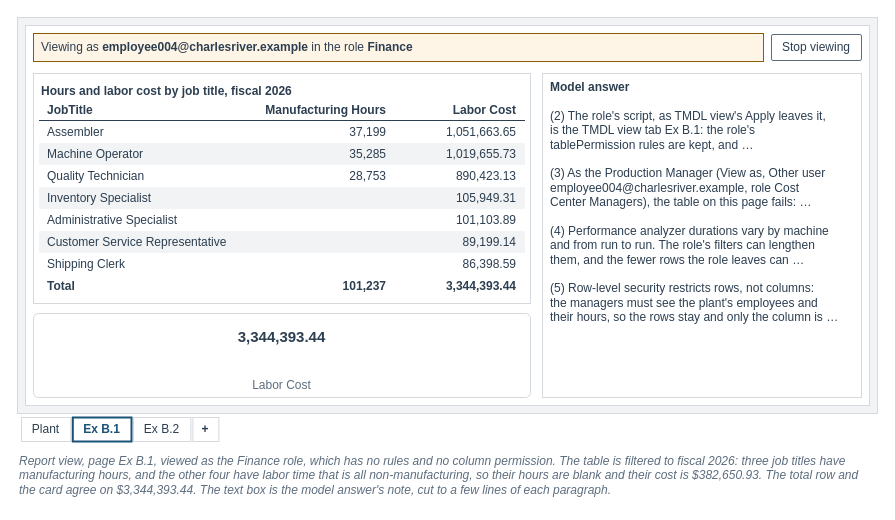
Before: facts/instructor/figures/appendix-b-publishing-security/IF-AB-1-A.drawio in mmcodesso/Accounting_Analytics_Book, a draw.io diagram. Source tidied: cells renumbered, new cells numbered last; positions are measured from the earlier drawing's top-left corner, leaving out a move shared by most shapes. Both pictures are drawn from the tidied source at 100%, with x=0, y=0 at pixel (17, 17).
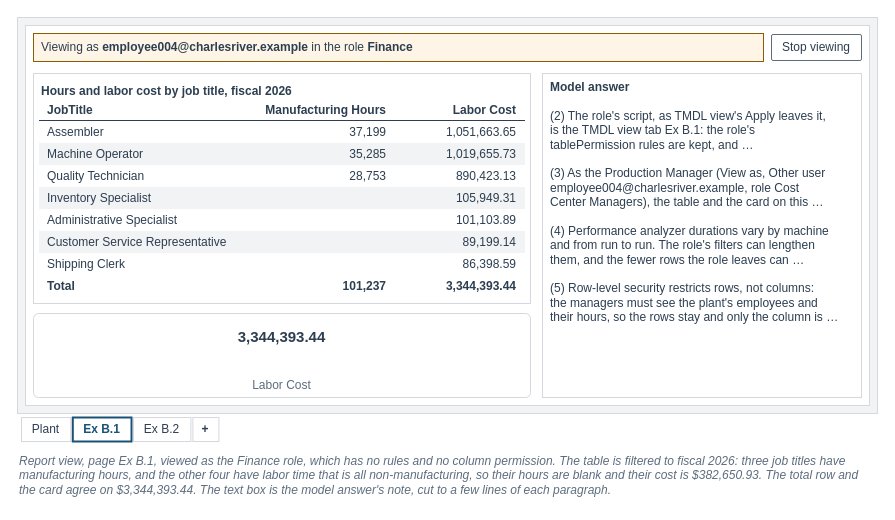
Above is the later version.

The edit, as a diff of the source:
```diff
@@
-    <mxCell id="41" value="&lt;b&gt;Model answer&lt;/b&gt;&lt;br&gt;&lt;br&gt;(2) The role's script, as TMDL view's Apply leaves it,&lt;br&gt;is the TMDL view tab Ex B.1: the role's&lt;br&gt;tablePermission rules are kept, and …&lt;br&gt;&lt;br&gt;(3) As the Production Manager (View as, Other user&lt;br&gt;employee004@charlesriver.example, role Cost&lt;br&gt;Center Managers), the table on this page fails: …&lt;br&gt;&lt;br&gt;(4) Performance analyzer durations vary by machine&lt;br&gt;and from run to run. The role's filters can lengthen&lt;br&gt;them, and the fewer rows the role leaves can …&lt;br&gt;&lt;br&gt;(5) Row-level security restricts rows, not columns:&lt;br&gt;the managers must see the plant's employees and&lt;br&gt;their hours, so the rows stay and only the column is …" style="rounded=0;arcSize=6;whiteSpace=wrap;html=1;fillColor=#FFFFFF;strokeColor=#D5D8DC;strokeWidth=1;fontColor=#2C3E50;fontSize=12;fontStyle=0;align=left;verticalAlign=top;fontFamily=Helvetica;spacingLeft=6;spacingRight=6;" parent="1" vertex="1">
+    <mxCell id="41" value="&lt;b&gt;Model answer&lt;/b&gt;&lt;br&gt;&lt;br&gt;(2) The role's script, as TMDL view's Apply leaves it,&lt;br&gt;is the TMDL view tab Ex B.1: the role's&lt;br&gt;tablePermission rules are kept, and …&lt;br&gt;&lt;br&gt;(3) As the Production Manager (View as, Other user&lt;br&gt;employee004@charlesriver.example, role Cost&lt;br&gt;Center Managers), the table and the card on this …&lt;br&gt;&lt;br&gt;(4) Performance analyzer durations vary by machine&lt;br&gt;and from run to run. The role's filters can lengthen&lt;br&gt;them, and the fewer rows the role leaves can …&lt;br&gt;&lt;br&gt;(5) Row-level security restricts rows, not columns:&lt;br&gt;the managers must see the plant's employees and&lt;br&gt;their hours, so the rows stay and only the column is …" style="rounded=0;arcSize=6;whiteSpace=wrap;html=1;fillColor=#FFFFFF;strokeColor=#D5D8DC;strokeWidth=1;fontColor=#2C3E50;fontSize=12;fontStyle=0;align=left;verticalAlign=top;fontFamily=Helvetica;spacingLeft=6;spacingRight=6;" parent="1" vertex="1">
       <mxGeometry x="525" y="56" width="319" height="324" as="geometry" />
     </mxCell>
```
